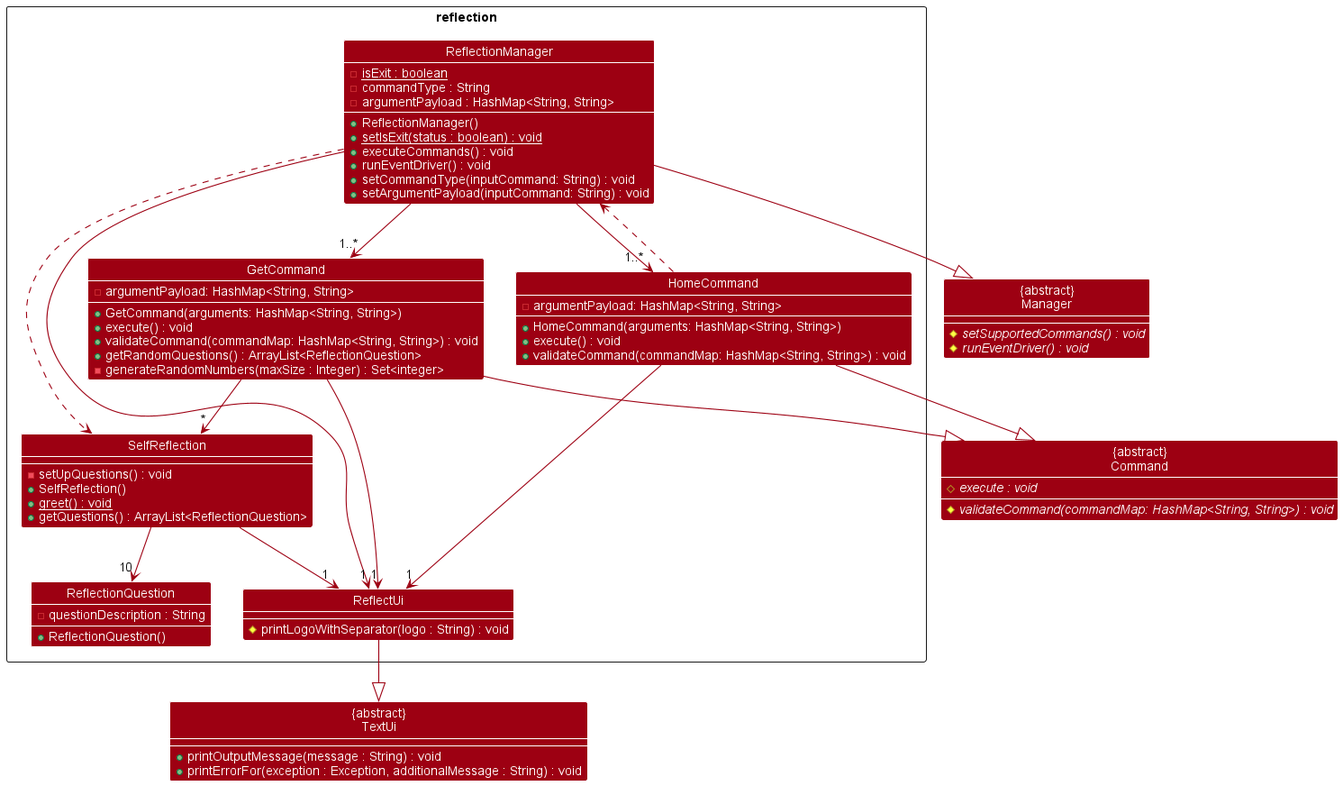
Above: docs/diagrams/ReflectionClassDiagram.png in wenxin-c/tp (PlantUML), before the change.
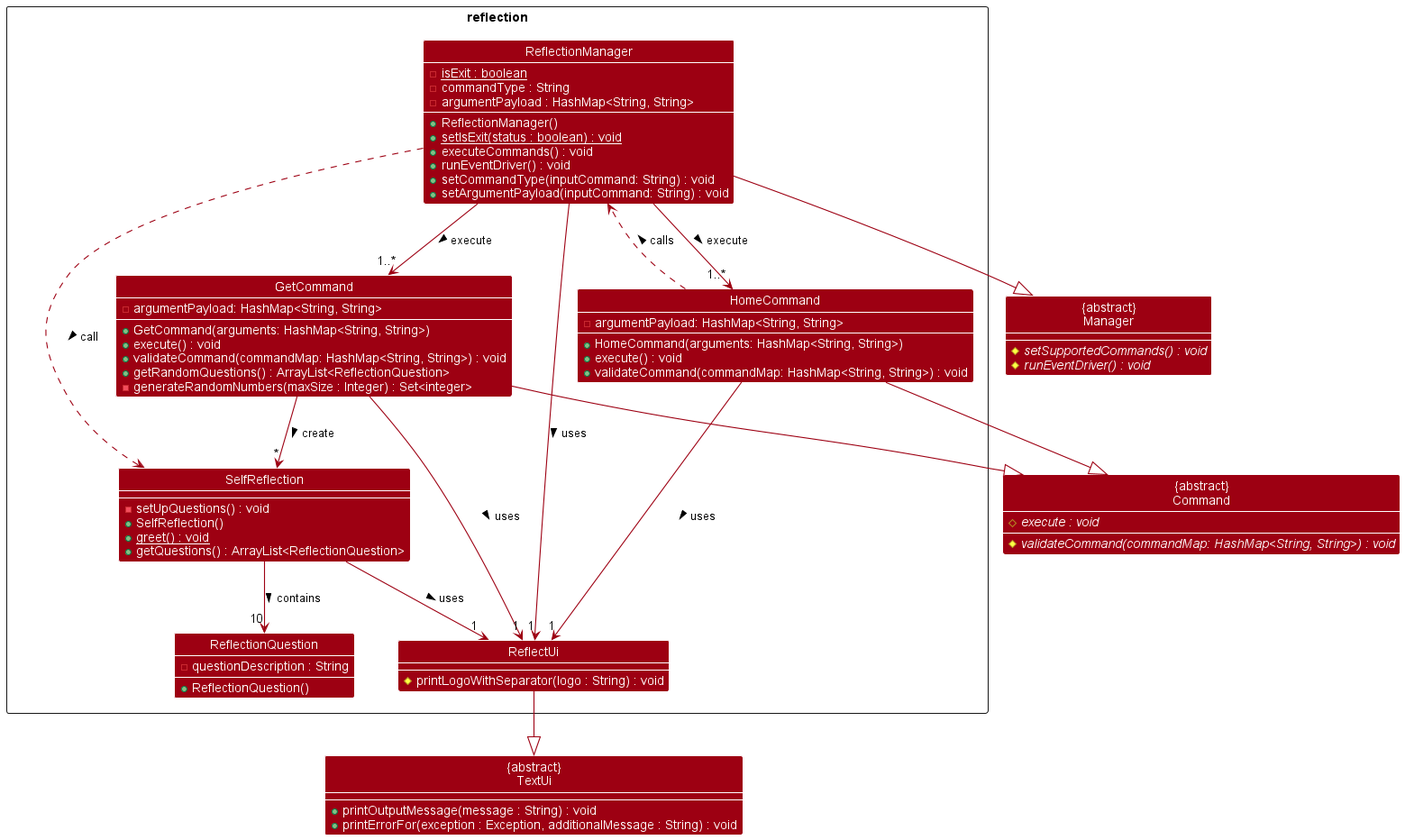
After the change.

Commit message:
Update UML diagram

What changed in the source:
```diff
@@ -57,18 +57,18 @@
 #{abstract}validateCommand(commandMap: HashMap<String, String>) : void
 }
 
-ReflectionManager --> "1" ReflectUi
-ReflectionManager ..> SelfReflection
+ReflectionManager --> "1" ReflectUi : uses >
+ReflectionManager ..> SelfReflection : call >
 ReflectionManager --|> Manager
-ReflectionManager --> "1..*" GetCommand
-ReflectionManager --> "1..*" HomeCommand
-GetCommand --> "*" SelfReflection
-SelfReflection --> "10" ReflectionQuestion
-SelfReflection --> "1" ReflectUi
+ReflectionManager --> "1..*" GetCommand : execute >
+ReflectionManager --> "1..*" HomeCommand : execute >
+GetCommand --> "*" SelfReflection : create >
+SelfReflection --> "10" ReflectionQuestion : contains >
+SelfReflection --> "1" ReflectUi : uses >
 ReflectUi --|> TextUi
-GetCommand --> "1" ReflectUi
-HomeCommand --> "1" ReflectUi
+GetCommand --> "1" ReflectUi : uses >
+HomeCommand --> "1" ReflectUi : uses >
 GetCommand --|> Command
 HomeCommand --|> Command
-HomeCommand ..> ReflectionManager
+HomeCommand ..> ReflectionManager : calls >
 @enduml
```
